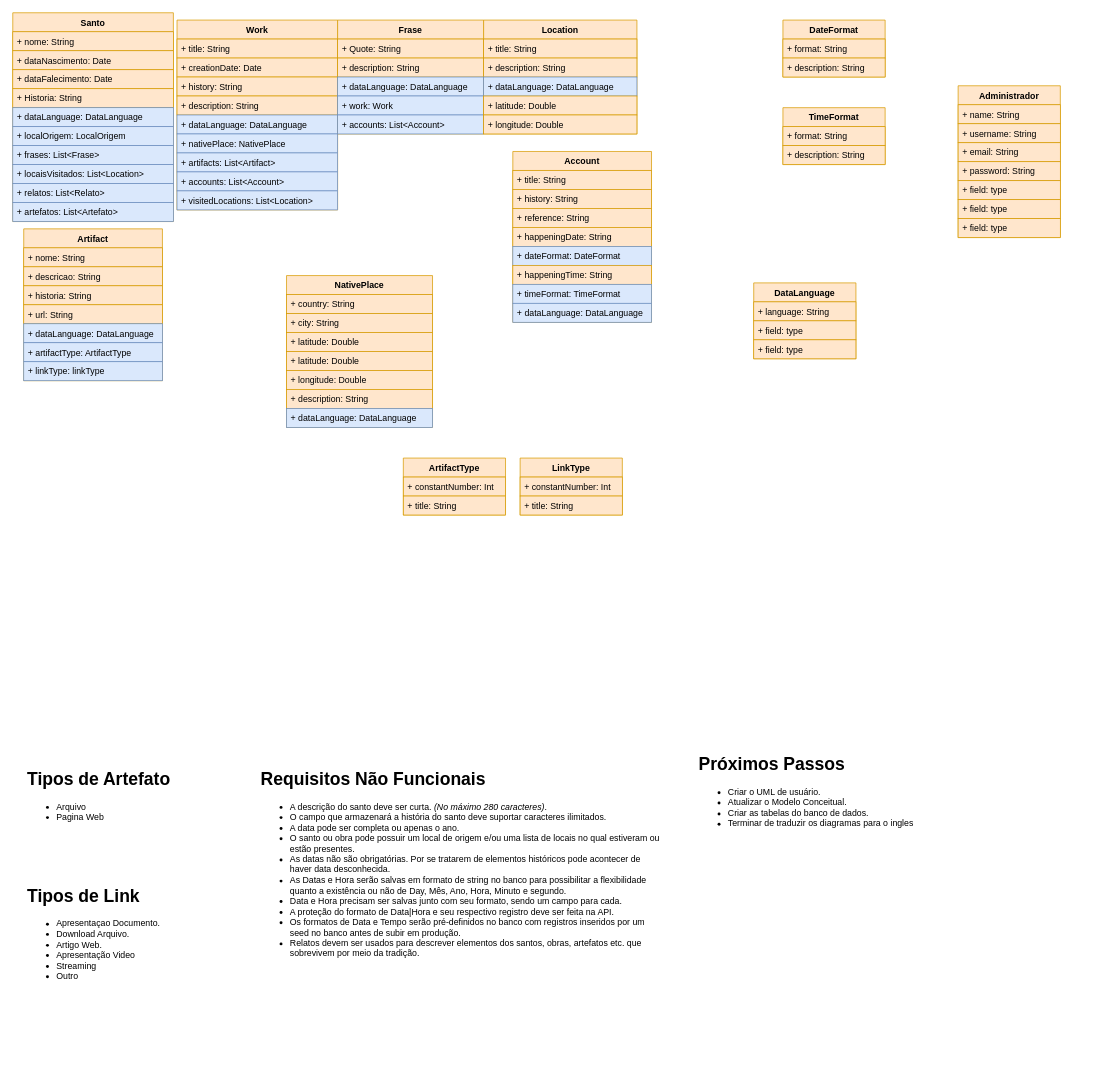
Before: page "ClassDiagram" (2 of 2) of Documentation/Untitled Diagram.drawio in the-catholics/Saints-API, a draw.io diagram. Source tidied: cells renumbered, new cells numbered last; positions are measured from the earlier drawing's top-left corner, leaving out a move shared by most shapes. Both pictures are drawn from the tidied source at 73%, with x=0, y=0 at pixel (12, 12).
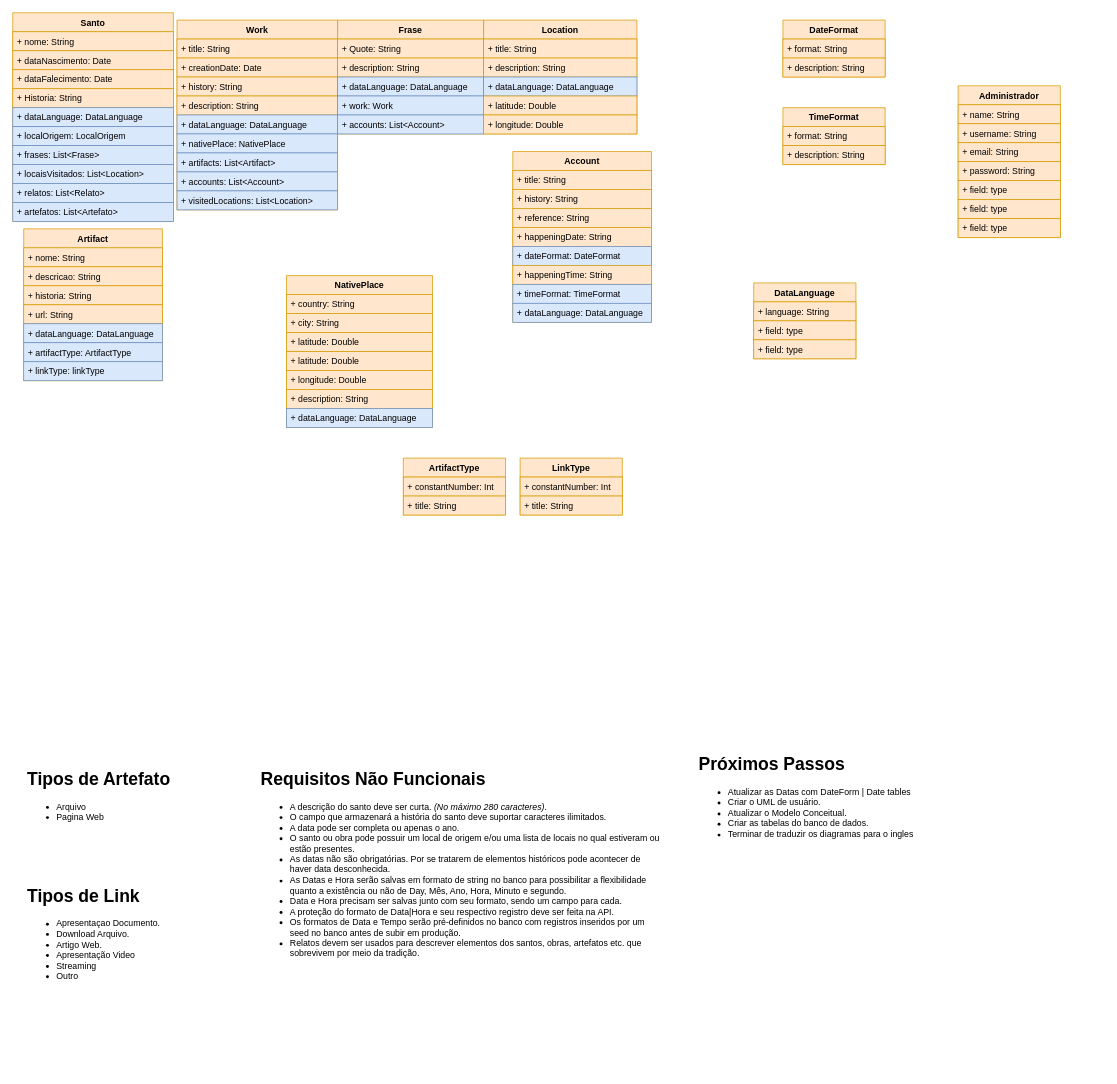
The same diagram, later.

The edit, as a diff of the source:
```diff
@@
-    <mxCell id="79" value="&lt;h1&gt;Próximos Passos&lt;/h1&gt;&lt;p&gt;&lt;/p&gt;&lt;ul&gt;&lt;li&gt;Criar o UML de usuário.&lt;/li&gt;&lt;li&gt;Atualizar o Modelo Conceitual.&lt;/li&gt;&lt;li&gt;Criar as tabelas do banco de dados.&lt;/li&gt;&lt;li&gt;Terminar de traduzir os diagramas para o ingles&lt;/li&gt;&lt;/ul&gt;&lt;p&gt;&lt;/p&gt;" style="text;html=1;strokeColor=none;fillColor=none;spacing=5;spacingTop=-20;whiteSpace=wrap;overflow=hidden;rounded=0;" parent="1" vertex="1">
+    <mxCell id="79" value="&lt;h1&gt;Próximos Passos&lt;/h1&gt;&lt;p&gt;&lt;/p&gt;&lt;ul&gt;&lt;li&gt;Atualizar as Datas com DateForm | Date tables&lt;/li&gt;&lt;li&gt;Criar o UML de usuário.&lt;/li&gt;&lt;li&gt;Atualizar o Modelo Conceitual.&lt;/li&gt;&lt;li&gt;Criar as tabelas do banco de dados.&lt;/li&gt;&lt;li&gt;Terminar de traduzir os diagramas para o ingles&lt;/li&gt;&lt;/ul&gt;&lt;p&gt;&lt;/p&gt;" style="text;html=1;strokeColor=none;fillColor=none;spacing=5;spacingTop=-20;whiteSpace=wrap;overflow=hidden;rounded=0;" parent="1" vertex="1">
       <mxGeometry x="935" y="1010" width="560" height="420" as="geometry" />
     </mxCell>
```
